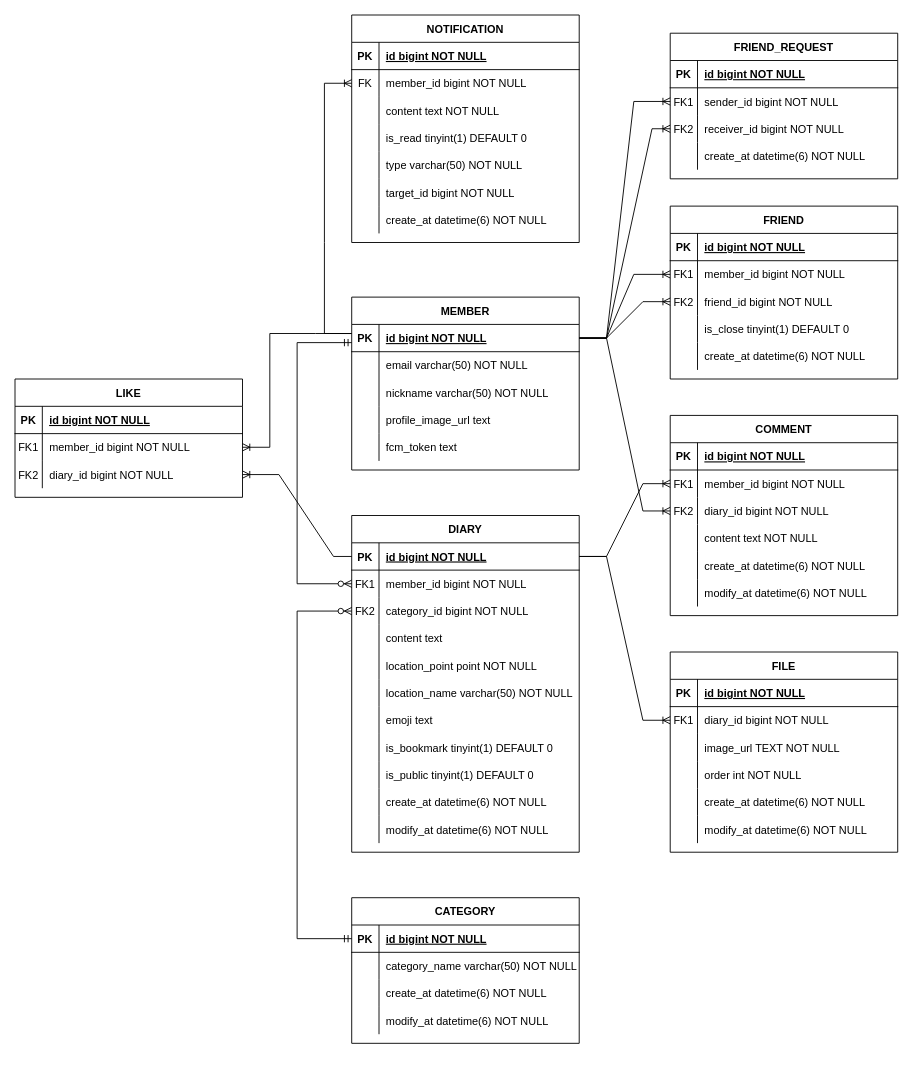
Earlier version of the draw.io diagram erd.drawio (peeerr/document). Source tidied: cells renumbered, new cells numbered last; positions are measured from the earlier drawing's top-left corner, leaving out a move shared by most shapes. Both pictures are drawn from the tidied source at 91%, with x=0, y=0 at pixel (-22, -22).
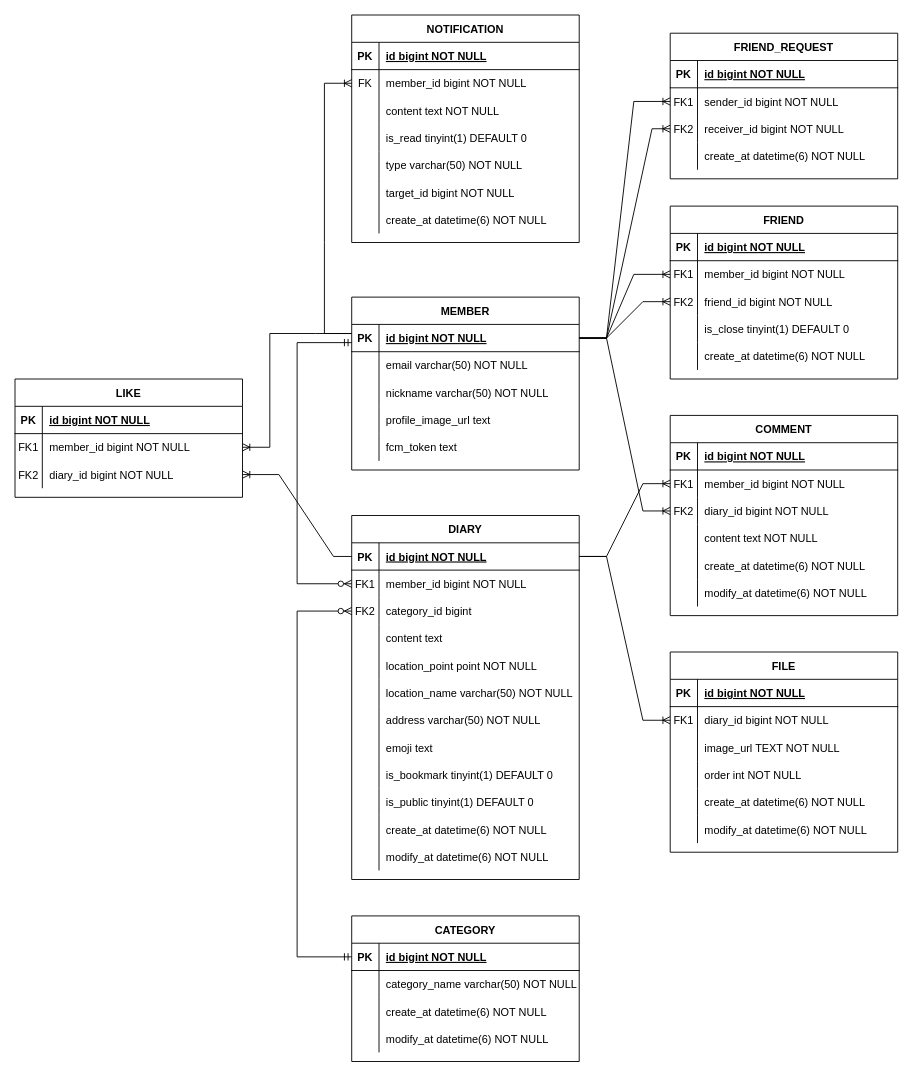
Above is the later version.

Unchanged cells that the change refers to:
```xml
<mxCell id="9" style="shape=partialRectangle;fillColor=none;points=[[0,0.5],[1,0.5]];portConstraint=eastwest;top=0;left=0;right=0;bottom=0;" parent="2" vertex="1">
  <mxGeometry y="90" width="250" height="30" as="geometry" />
</mxCell>
<mxCell id="120" style="shape=partialRectangle;fillColor=none;points=[[0,0.5],[1,0.5]];portConstraint=eastwest;top=0;left=0;right=0;bottom=1;" parent="119" vertex="1">
  <mxGeometry y="30" width="250" height="30" as="geometry" />
</mxCell>
```

The edit, as a diff of the source:
```diff
@@
     <mxCell id="2" value="DIARY" style="shape=table;startSize=30;childLayout=tableLayout;rowLines=0;fontStyle=1;align=center;" parent="1" vertex="1">
-      <mxGeometry x="410" y="590" width="250" height="370" as="geometry" />
+      <mxGeometry x="410" y="590" width="250" height="400" as="geometry" />
     </mxCell>
@@
-    <mxCell id="11" value="category_id bigint NOT NULL" style="shape=partialRectangle;overflow=hidden;fillColor=none;top=0;left=0;bottom=0;right=0;align=left;spacingLeft=6;" parent="9" vertex="1">
+    <mxCell id="11" value="category_id bigint" style="shape=partialRectangle;overflow=hidden;fillColor=none;top=0;left=0;bottom=0;right=0;align=left;spacingLeft=6;" parent="9" vertex="1">
       <mxGeometry x="30" width="220" height="30" as="geometry" />
     </mxCell>
@@
+    <mxCell id="181" style="shape=partialRectangle;fillColor=none;top=0;left=0;right=0;bottom=0;" parent="2" vertex="1">
+      <mxGeometry y="210" width="250" height="30" as="geometry" />
+    </mxCell>
+    <mxCell id="182" style="shape=partialRectangle;overflow=hidden;fillColor=none;top=0;left=0;bottom=0;right=0;" parent="181" vertex="1">
+      <mxGeometry width="30" height="30" as="geometry" />
+    </mxCell>
+    <mxCell id="183" value="address varchar(50) NOT NULL" style="shape=partialRectangle;overflow=hidden;fillColor=none;top=0;left=0;bottom=0;right=0;align=left;spacingLeft=6;" parent="181" vertex="1">
+      <mxGeometry x="30" width="220" height="30" as="geometry" />
+    </mxCell>
     <mxCell id="21" style="shape=partialRectangle;fillColor=none;top=0;left=0;right=0;bottom=0;" parent="2" vertex="1">
-      <mxGeometry y="210" width="250" height="30" as="geometry" />
+      <mxGeometry y="240" width="250" height="30" as="geometry" />
     </mxCell>
@@
     <mxCell id="24" style="shape=partialRectangle;fillColor=none;top=0;left=0;right=0;bottom=0;" parent="2" vertex="1">
-      <mxGeometry y="240" width="250" height="30" as="geometry" />
+      <mxGeometry y="270" width="250" height="30" as="geometry" />
     </mxCell>
@@
     <mxCell id="27" style="shape=partialRectangle;fillColor=none;top=0;left=0;right=0;bottom=0;" parent="2" vertex="1">
-      <mxGeometry y="270" width="250" height="30" as="geometry" />
+      <mxGeometry y="300" width="250" height="30" as="geometry" />
     </mxCell>
@@
     <mxCell id="30" style="shape=partialRectangle;fillColor=none;top=0;left=0;right=0;bottom=0;" parent="2" vertex="1">
-      <mxGeometry y="300" width="250" height="30" as="geometry" />
+      <mxGeometry y="330" width="250" height="30" as="geometry" />
     </mxCell>
@@
     <mxCell id="33" style="shape=partialRectangle;fillColor=none;top=0;left=0;right=0;bottom=0;" parent="2" vertex="1">
-      <mxGeometry y="330" width="250" height="30" as="geometry" />
+      <mxGeometry y="360" width="250" height="30" as="geometry" />
     </mxCell>
@@
     <mxCell id="119" value="CATEGORY" style="shape=table;startSize=30;childLayout=tableLayout;rowLines=0;fontStyle=1;align=center;" parent="1" vertex="1">
-      <mxGeometry x="410" y="1010" width="250" height="160" as="geometry" />
+      <mxGeometry x="410" y="1030" width="250" height="160" as="geometry" />
     </mxCell>
@@
     <mxCell id="133" style="fontSize=12;html=1;endArrow=ERzeroToMany;startArrow=ERmandOne;rounded=0;exitX=0;exitY=0.5;exitDx=0;exitDy=0;entryX=0;entryY=0.5;entryDx=0;entryDy=0;" parent="1" edge="1" source="120" target="9">
       <mxGeometry relative="1" as="geometry">
         <Array as="points">
-          <mxPoint x="350" y="1055" />
+          <mxPoint x="350" y="1075" />
           <mxPoint x="350" y="695" />
         </Array>
       </mxGeometry>
     </mxCell>
```
